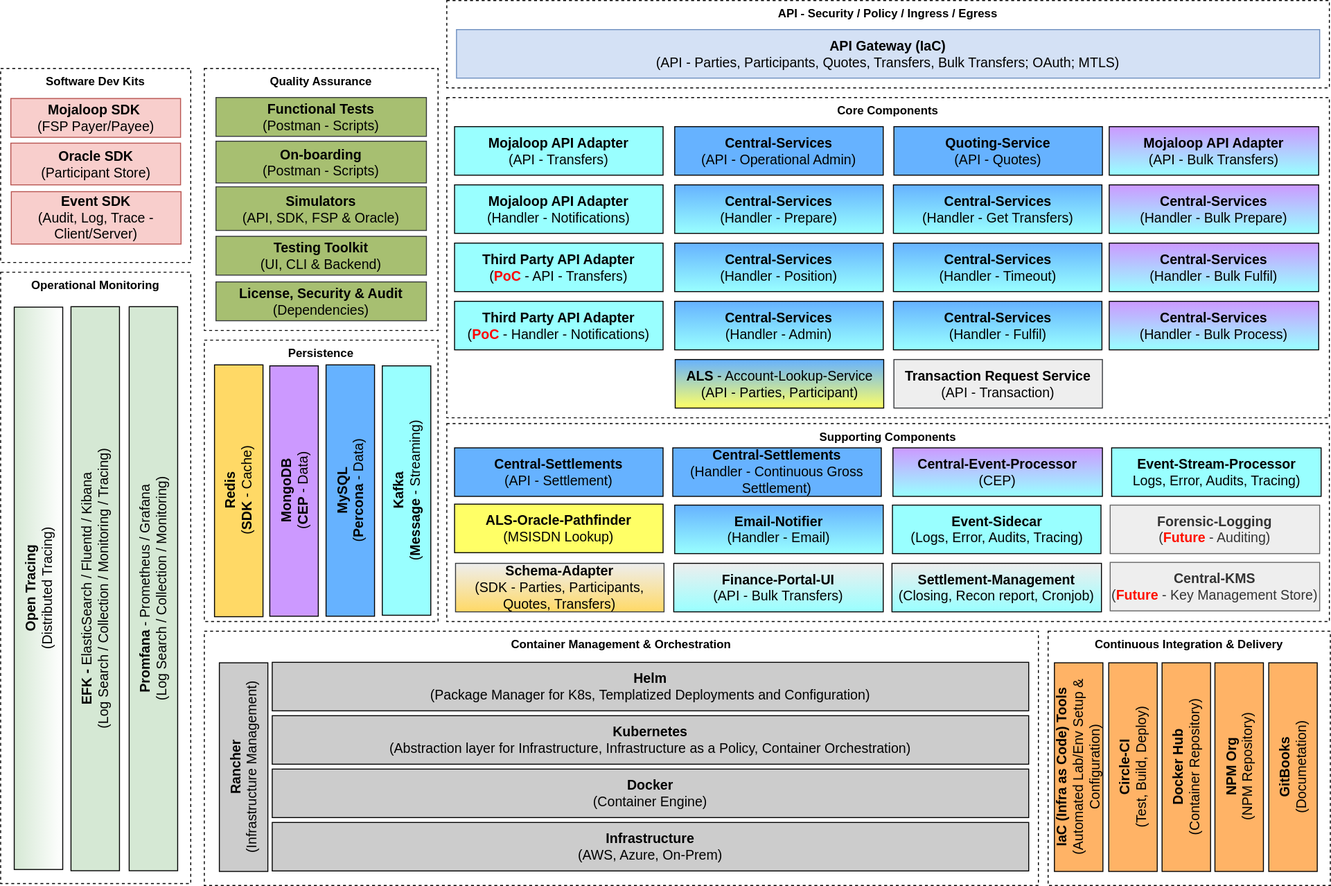
This is mojaloop-technical-overview/overview/assets/diagrams/architecture/Arch-Mojaloop-overview-PI12.svg from mojaloop/documentation, a draw.io export, as it was before one commit. Source tidied: cells renumbered, new cells last; positions are measured from the earlier drawing's top-left corner, leaving out a move shared by most shapes.
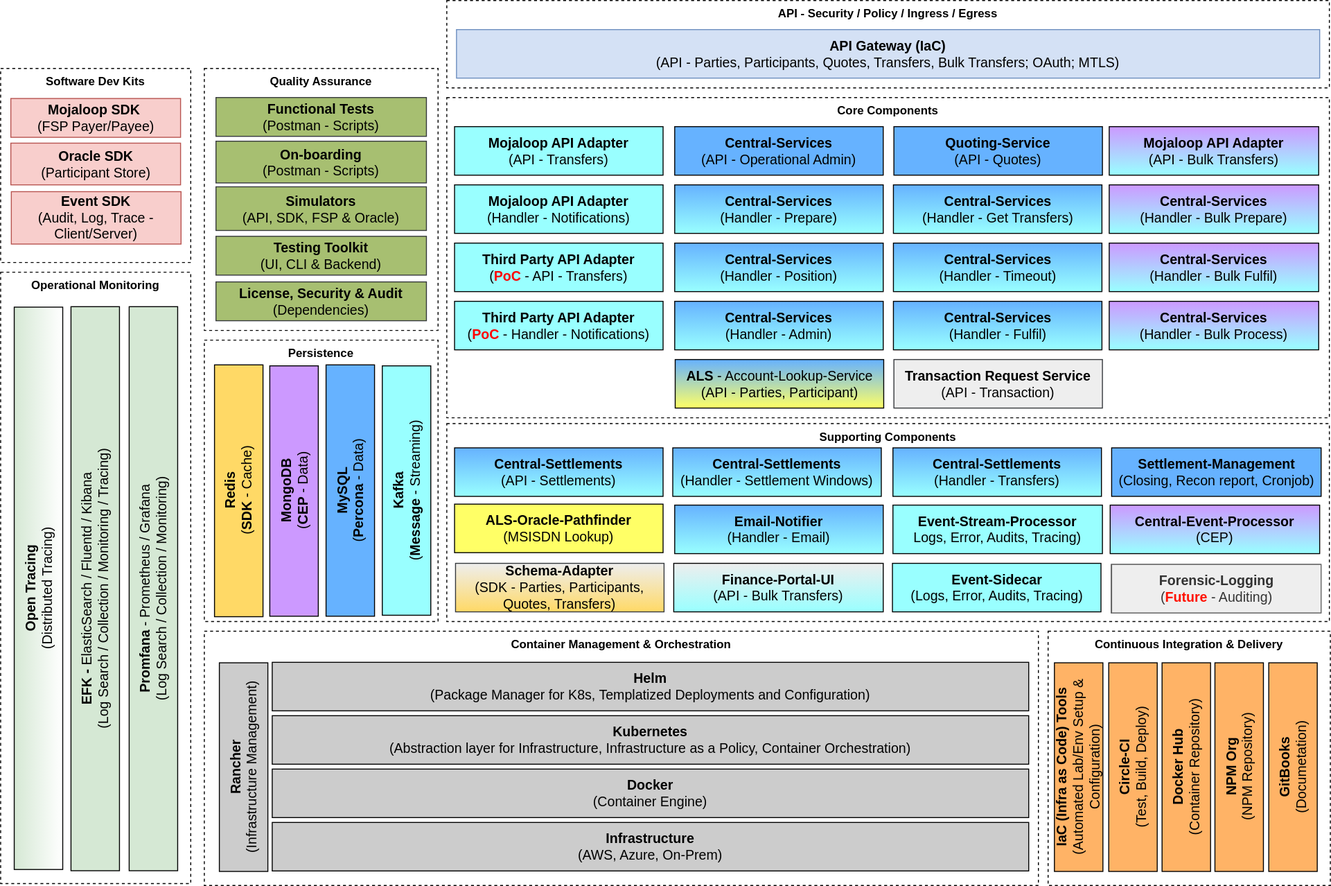
Above is the later version.

Commit message:
Updated arch mojaloop overview for PI12 to show all central-settlement handlers

What changed in the source:
```diff
@@ -69,7 +69,7 @@
       <mxGeometry x="1171.5" y="250" width="215" height="50" as="geometry" />
     </mxCell>
     <mxCell id="24" value="&lt;b style=&quot;font-size: 14px&quot;&gt;Central-KMS&lt;/b&gt;&lt;br style=&quot;font-size: 14px&quot;&gt;&lt;span style=&quot;font-size: 14px&quot;&gt;(&lt;/span&gt;&lt;b&gt;&lt;font color=&quot;#ff1100&quot;&gt;Future&amp;nbsp;&lt;/font&gt;&lt;/b&gt;&lt;span style=&quot;font-size: 14px&quot;&gt;- Key Management Store)&lt;/span&gt;" style="rounded=0;whiteSpace=wrap;html=1;fontColor=#333333;align=center;fillColor=#EEEEEE;fontSize=14;rotation=0;strokeColor=#666666;" parent="1" vertex="1">
-      <mxGeometry x="1395" y="579" width="216" height="50" as="geometry" />
+      <mxGeometry x="1396" y="581.1" width="216" height="50" as="geometry" />
     </mxCell>
     <mxCell id="25" value="&lt;b style=&quot;font-size: 14px&quot;&gt;ALS &lt;/b&gt;&lt;span style=&quot;font-size: 14px&quot;&gt;- &lt;/span&gt;&lt;span style=&quot;font-size: 14px&quot;&gt;Account-Lookup-Service&lt;/span&gt;&lt;br style=&quot;font-size: 14px&quot;&gt;&lt;span style=&quot;font-size: 14px&quot;&gt;(API - Parties, Participant)&lt;/span&gt;&lt;br style=&quot;font-size: 14px&quot;&gt;" style="rounded=0;whiteSpace=wrap;html=1;fontColor=#000000;align=center;fillColor=#66B2FF;fontSize=14;rotation=0;gradientColor=#FFFF66;" parent="1" vertex="1">
       <mxGeometry x="946.5" y="370" width="215" height="50" as="geometry" />
@@ -78,7 +78,7 @@
       <mxGeometry x="719" y="519" width="215" height="50" as="geometry" />
     </mxCell>
     <mxCell id="27" value="&lt;b style=&quot;font-size: 14px&quot;&gt;Central-Event-Processor&lt;/b&gt;&lt;br style=&quot;font-size: 14px&quot;&gt;&lt;span&gt;(CEP&lt;/span&gt;&lt;span&gt;)&lt;/span&gt;" style="rounded=0;whiteSpace=wrap;html=1;fontColor=#000000;align=center;fillColor=#CC99FF;fontSize=14;rotation=0;gradientColor=#99FFFF;" parent="1" vertex="1">
-      <mxGeometry x="1171" y="461" width="216" height="50" as="geometry" />
+      <mxGeometry x="1395" y="520" width="216" height="50" as="geometry" />
     </mxCell>
     <mxCell id="28" value="&lt;b style=&quot;font-size: 14px&quot;&gt;Email-Notifier&lt;/b&gt;&lt;br style=&quot;font-size: 14px&quot;&gt;&lt;span style=&quot;font-size: 14px&quot;&gt;(Handler - Email)&lt;/span&gt;&lt;br style=&quot;font-size: 14px&quot;&gt;" style="rounded=0;whiteSpace=wrap;html=1;fontColor=#000000;align=center;fillColor=#66B2FF;fontSize=14;rotation=0;gradientColor=#99FFFF;" parent="1" vertex="1">
       <mxGeometry x="946" y="520" width="215" height="50" as="geometry" />
@@ -114,13 +114,13 @@
       <mxGeometry x="1394" y="130" width="216" height="50" as="geometry" />
     </mxCell>
     <mxCell id="39" value="&lt;b style=&quot;font-size: 14px&quot;&gt;Forensic-Logging&lt;/b&gt;&lt;br style=&quot;font-size: 14px&quot;&gt;&lt;span style=&quot;font-size: 14px&quot;&gt;(&lt;b&gt;&lt;font color=&quot;#ff1100&quot;&gt;Future&lt;/font&gt;&lt;/b&gt; - Auditing)&lt;/span&gt;" style="rounded=0;whiteSpace=wrap;html=1;fontColor=#333333;align=center;fillColor=#EEEEEE;fontSize=14;rotation=0;strokeColor=#666666;gradientColor=none;" parent="1" vertex="1">
-      <mxGeometry x="1395" y="520" width="216" height="50" as="geometry" />
+      <mxGeometry x="1396.5" y="581.1" width="216" height="50" as="geometry" />
     </mxCell>
-    <mxCell id="40" value="&lt;b style=&quot;font-size: 14px&quot;&gt;Central-Settlements&lt;/b&gt;&lt;br style=&quot;font-size: 14px&quot;&gt;(API - Settlement)&lt;br style=&quot;font-size: 14px&quot;&gt;" style="rounded=0;whiteSpace=wrap;html=1;fontColor=#000000;align=center;fillColor=#66B2FF;fontSize=14;rotation=0;gradientColor=none;" parent="1" vertex="1">
+    <mxCell id="40" value="&lt;b style=&quot;font-size: 14px&quot;&gt;Central-Settlements&lt;/b&gt;&lt;br style=&quot;font-size: 14px&quot;&gt;(API - Settlements)" style="rounded=0;whiteSpace=wrap;html=1;fontColor=#000000;align=center;fillColor=#66B2FF;fontSize=14;rotation=0;gradientColor=#99FFFF;" parent="1" vertex="1">
       <mxGeometry x="719" y="461" width="215" height="50" as="geometry" />
     </mxCell>
     <mxCell id="41" value="&lt;b style=&quot;font-size: 14px&quot;&gt;Event-Stream-Processor&lt;/b&gt;&lt;br style=&quot;font-size: 14px&quot;&gt;Logs, Error, Audits, Tracing)" style="rounded=0;whiteSpace=wrap;html=1;fontColor=#000000;align=center;fillColor=#99FFFF;fontSize=14;rotation=0;gradientColor=none;" parent="1" vertex="1">
-      <mxGeometry x="1396.5" y="461" width="216" height="50" as="geometry" />
+      <mxGeometry x="1171" y="520" width="216" height="50" as="geometry" />
     </mxCell>
     <mxCell id="42" value="&lt;span style=&quot;font-size: 14px&quot;&gt;&lt;b&gt;Simulators&lt;/b&gt;&lt;/span&gt;&lt;br style=&quot;font-size: 14px&quot;&gt;&lt;span style=&quot;font-size: 14px&quot;&gt;(API, SDK, FSP &amp;amp; Oracle)&lt;/span&gt;" style="rounded=0;whiteSpace=wrap;html=1;align=center;fillColor=#A7BF71;fontSize=14;rotation=0;strokeColor=#36393d;gradientColor=none;" parent="1" vertex="1">
       <mxGeometry x="473" y="192" width="217" height="45" as="geometry" />
@@ -168,7 +168,7 @@
       <mxGeometry x="262" y="197" width="175" height="54" as="geometry" />
     </mxCell>
     <mxCell id="57" value="&lt;b&gt;Event-Sidecar&lt;/b&gt;&lt;br&gt;(Logs, Error, Audits, Tracing)" style="rounded=0;whiteSpace=wrap;html=1;fontColor=#000000;align=center;fillColor=#99FFFF;fontSize=14;rotation=0;gradientColor=#99FFFF;" parent="1" vertex="1">
-      <mxGeometry x="1170.5" y="520" width="215" height="50" as="geometry" />
+      <mxGeometry x="1170.5" y="580" width="215" height="50" as="geometry" />
     </mxCell>
     <mxCell id="58" value="&lt;b&gt;Mojaloop API Adapter&lt;/b&gt;&lt;br&gt;(Handler - Notifications)" style="rounded=0;whiteSpace=wrap;html=1;fontColor=#000000;align=center;fillColor=#99FFFF;fontSize=14;rotation=0;gradientColor=#99FFFF;" parent="1" vertex="1">
       <mxGeometry x="719" y="190" width="215" height="50" as="geometry" />
@@ -179,8 +179,8 @@
     <mxCell id="60" value="&lt;font style=&quot;font-size: 14px&quot;&gt;&lt;b&gt;Finance-Portal-UI&lt;/b&gt;&lt;/font&gt;&lt;br&gt;(API - Bulk Transfers)" style="rounded=0;whiteSpace=wrap;html=1;fontColor=#000000;align=center;fillColor=#EEEEEE;fontSize=14;rotation=0;gradientColor=#99FFFF;" parent="1" vertex="1">
       <mxGeometry x="945" y="580" width="216" height="50" as="geometry" />
     </mxCell>
-    <mxCell id="61" value="&lt;b&gt;Settlement-Management&lt;br&gt;&lt;/b&gt;(Closing, Recon report, Cronjob)" style="rounded=0;whiteSpace=wrap;html=1;fontColor=#000000;align=center;fillColor=#EEEEEE;fontSize=14;rotation=0;gradientColor=#99FFFF;" parent="1" vertex="1">
-      <mxGeometry x="1170" y="580" width="216" height="50" as="geometry" />
+    <mxCell id="61" value="&lt;b&gt;Settlement-Management&lt;br&gt;&lt;/b&gt;(Closing, Recon report, Cronjob)" style="rounded=0;whiteSpace=wrap;html=1;fontColor=#000000;align=center;fontSize=14;rotation=0;fillColor=#66B2FF;" parent="1" vertex="1">
+      <mxGeometry x="1396.5" y="461" width="216" height="50" as="geometry" />
     </mxCell>
     <mxCell id="62" value="&lt;b&gt;Schema-Adapter&lt;br&gt;&lt;/b&gt;(SDK - Parties, Participants, Quotes, Transfers)" style="rounded=0;whiteSpace=wrap;html=1;align=center;fillColor=#eeeeee;fontSize=14;rotation=0;strokeColor=#36393d;gradientColor=#FFD966;" parent="1" vertex="1">
       <mxGeometry x="720" y="580" width="215" height="50" as="geometry" />
@@ -194,8 +194,11 @@
     <mxCell id="65" value="&lt;b&gt;Third Party API Adapter&lt;/b&gt;&lt;br&gt;(&lt;font color=&quot;#ff0000&quot;&gt;&lt;b&gt;PoC&lt;/b&gt;&lt;/font&gt; - Handler - Notifications)" style="rounded=0;whiteSpace=wrap;html=1;fontColor=#000000;align=center;fillColor=#99FFFF;fontSize=14;rotation=0;gradientColor=#99FFFF;" parent="1" vertex="1">
       <mxGeometry x="719" y="310" width="215" height="50" as="geometry" />
     </mxCell>
-    <mxCell id="66" value="&lt;b style=&quot;font-size: 14px&quot;&gt;Central-Settlements&lt;/b&gt;&lt;br style=&quot;font-size: 14px&quot;&gt;(Handler - Continuous Gross Settlement)" style="rounded=0;whiteSpace=wrap;html=1;fontColor=#000000;align=center;fillColor=#66B2FF;fontSize=14;rotation=0;gradientColor=none;" parent="1" vertex="1">
+    <mxCell id="66" value="&lt;b style=&quot;font-size: 14px&quot;&gt;Central-Settlements&lt;/b&gt;&lt;br style=&quot;font-size: 14px&quot;&gt;(Handler - Settlement Windows)" style="rounded=0;whiteSpace=wrap;html=1;fontColor=#000000;align=center;fillColor=#66B2FF;fontSize=14;rotation=0;gradientColor=#99FFFF;" parent="1" vertex="1">
       <mxGeometry x="944" y="461" width="215" height="50" as="geometry" />
     </mxCell>
+    <mxCell id="67" value="&lt;b style=&quot;font-size: 14px&quot;&gt;Central-Settlements&lt;/b&gt;&lt;br style=&quot;font-size: 14px&quot;&gt;(Handler - Transfers)" style="rounded=0;whiteSpace=wrap;html=1;fontColor=#000000;align=center;fillColor=#66B2FF;fontSize=14;rotation=0;gradientColor=#99FFFF;" parent="1" vertex="1">
+      <mxGeometry x="1171" y="461" width="215" height="50" as="geometry" />
+    </mxCell>
   </root>
 </mxGraphModel>
```
